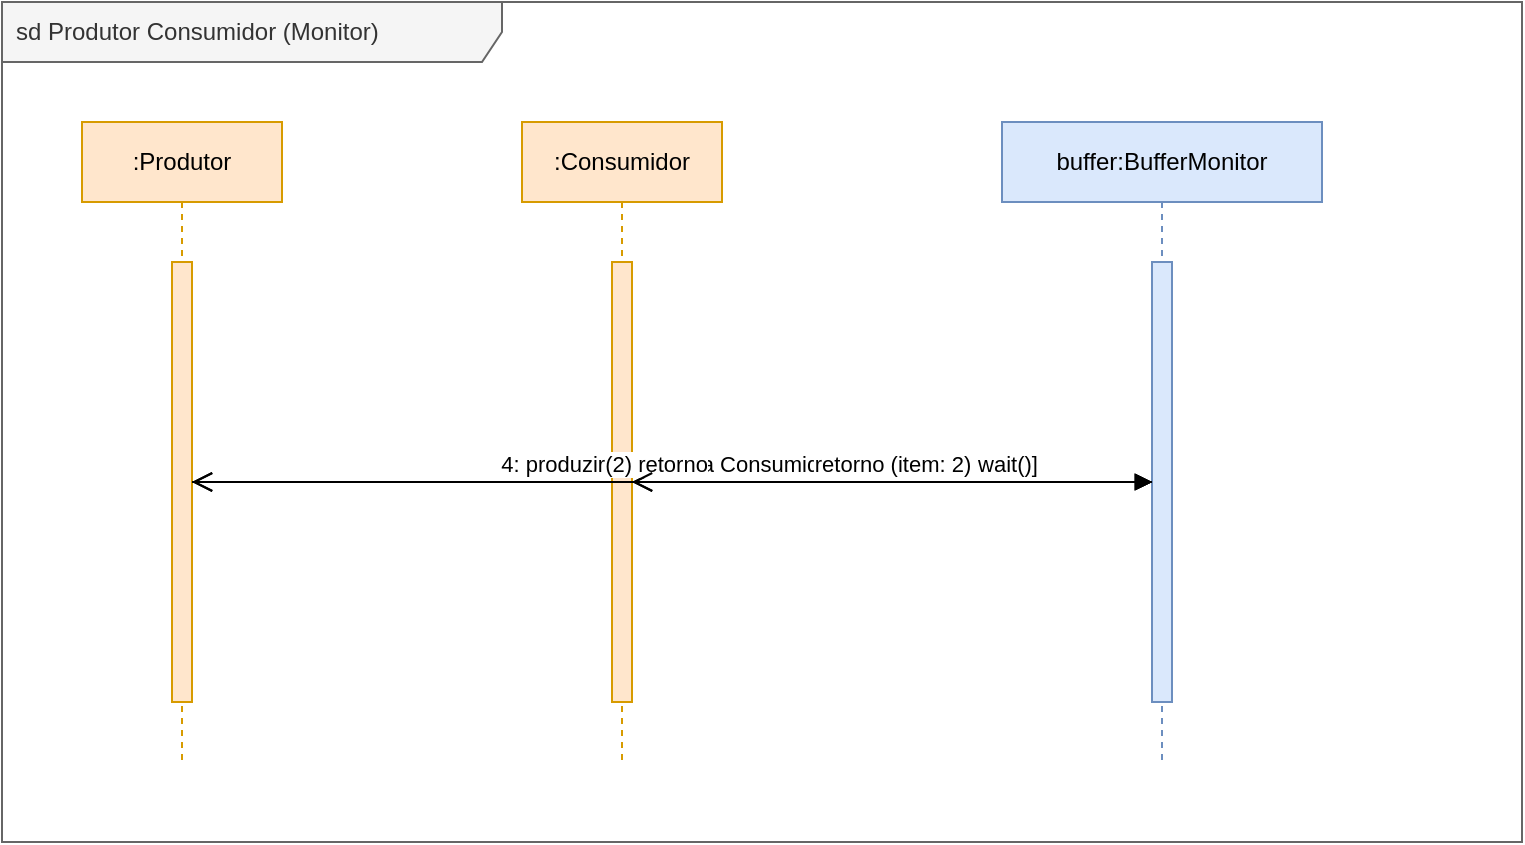
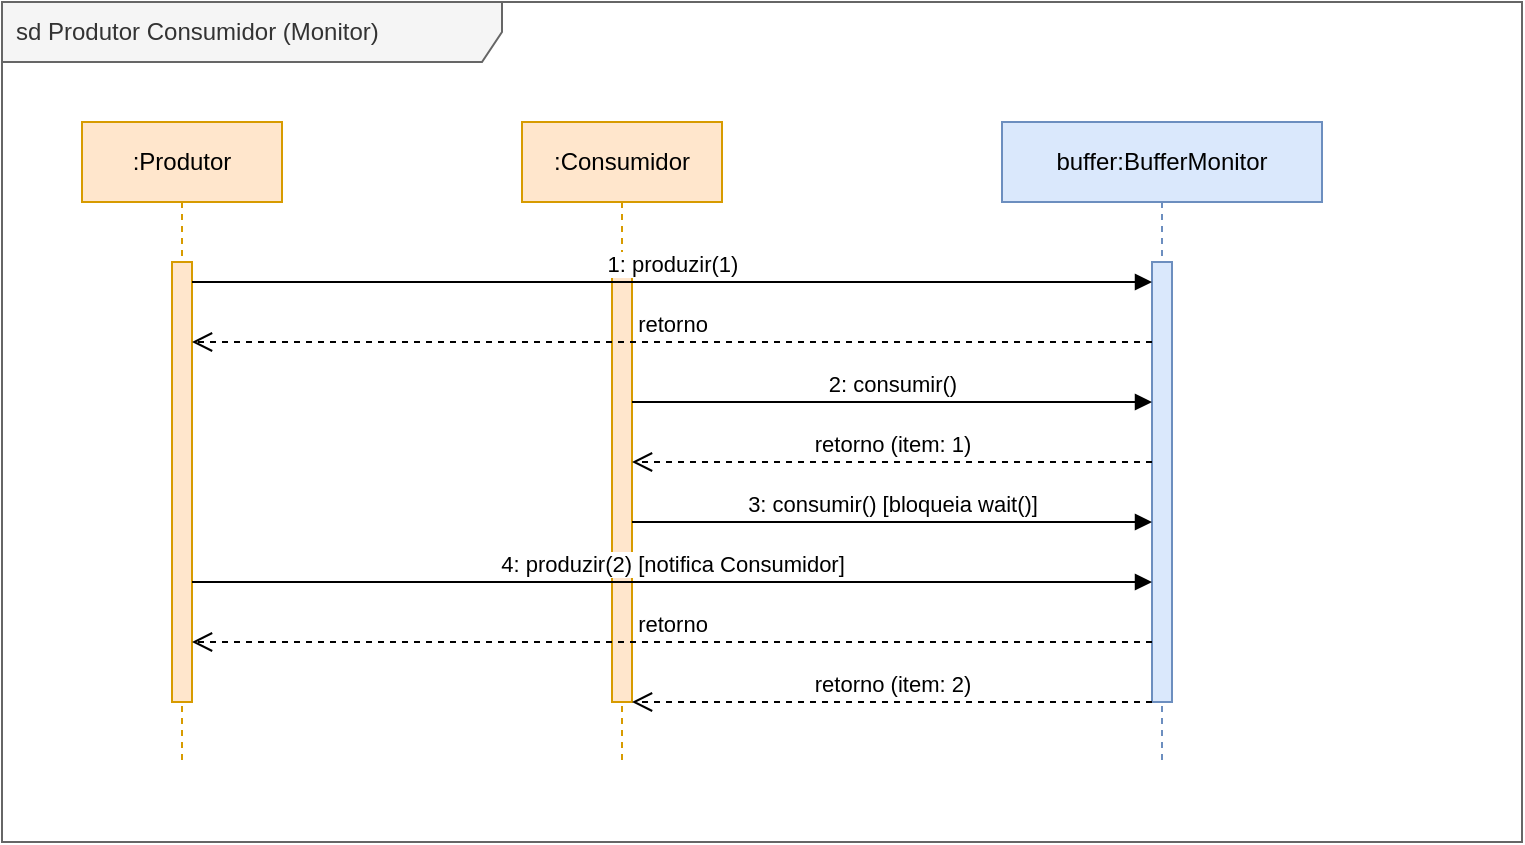
<mxfile host="65bd71144e" pages="1">
    <diagram id="produtor_consumidor_monitor_sequence" name="Sequence Diagram">
-         <mxGraphModel dx="622" dy="611" grid="1" gridSize="10" guides="1" tooltips="1" connect="1" arrows="1" fold="1" page="1" pageScale="1" pageWidth="1019" pageHeight="1320" math="0" shadow="0">
+         <mxGraphModel dx="942" dy="387" grid="1" gridSize="10" guides="1" tooltips="1" connect="1" arrows="1" fold="1" page="1" pageScale="1" pageWidth="1019" pageHeight="1320" math="0" shadow="0">
            <root>
                <mxCell id="0"/>
                <mxCell id="1" parent="0"/>
                <mxCell id="frame_container" value="sd Produtor Consumidor (Monitor)" style="shape=umlFrame;whiteSpace=wrap;html=1;width=250;height=30;boundedLbl=1;verticalAlign=middle;align=left;spacingLeft=5;fillColor=#f5f5f5;fontColor=#333333;strokeColor=#666666;" parent="1" vertex="1">
                    <mxGeometry x="20" y="20" width="760" height="420" as="geometry"/>
                </mxCell>
                <mxCell id="lifeline_produtor" value=":Produtor" style="shape=umlLifeline;perimeter=lifelinePerimeter;whiteSpace=wrap;html=1;container=1;collapsible=0;recursiveResize=0;outlineConnect=0;fillColor=#ffe6cc;strokeColor=#d79b00;" parent="1" vertex="1">
                    <mxGeometry x="60" y="80" width="100" height="320" as="geometry"/>
                </mxCell>
                <mxCell id="act_prod" value="" style="html=1;points=[];perimeter=orthogonalPerimeter;fillColor=#ffe6cc;strokeColor=#d79b00;" parent="lifeline_produtor" vertex="1">
                    <mxGeometry x="45" y="70" width="10" height="220" as="geometry"/>
                </mxCell>
                <mxCell id="lifeline_consumidor" value=":Consumidor" style="shape=umlLifeline;perimeter=lifelinePerimeter;whiteSpace=wrap;html=1;container=1;collapsible=0;recursiveResize=0;outlineConnect=0;fillColor=#ffe6cc;strokeColor=#d79b00;" parent="1" vertex="1">
                    <mxGeometry x="280" y="80" width="100" height="320" as="geometry"/>
                </mxCell>
                <mxCell id="act_cons" value="" style="html=1;points=[];perimeter=orthogonalPerimeter;fillColor=#ffe6cc;strokeColor=#d79b00;" parent="lifeline_consumidor" vertex="1">
                    <mxGeometry x="45" y="70" width="10" height="220" as="geometry"/>
                </mxCell>
                <mxCell id="lifeline_buffer" value="buffer:BufferMonitor" style="shape=umlLifeline;perimeter=lifelinePerimeter;whiteSpace=wrap;html=1;container=1;collapsible=0;recursiveResize=0;outlineConnect=0;fillColor=#dae8fc;strokeColor=#6c8ebf;" parent="1" vertex="1">
                    <mxGeometry x="520" y="80" width="160" height="320" as="geometry"/>
                </mxCell>
                <mxCell id="act_buf" value="" style="html=1;points=[];perimeter=orthogonalPerimeter;fillColor=#dae8fc;strokeColor=#6c8ebf;" parent="lifeline_buffer" vertex="1">
                    <mxGeometry x="75" y="70" width="10" height="220" as="geometry"/>
                </mxCell>
-                 <mxCell id="msg_p_prod" value="1: produzir(1)" style="html=1;verticalAlign=bottom;endArrow=block;rounded=0;" parent="1" source="act_prod" target="act_buf" edge="1">
+                 <mxCell id="msg_p_prod" value="1: produzir(1)" style="html=1;verticalAlign=bottom;endArrow=block;rounded=0;" parent="1" edge="1">
                    <mxGeometry relative="1" as="geometry">
-                         <mxPoint x="115" y="150" as="sourcePoint"/>
-                         <mxPoint x="595" y="150" as="targetPoint"/>
+                         <mxPoint x="115" y="160" as="sourcePoint"/>
+                         <mxPoint x="595" y="160" as="targetPoint"/>
                    </mxGeometry>
                </mxCell>
-                 <mxCell id="msg_p_prod_ret" value="retorno" style="html=1;verticalAlign=bottom;endArrow=open;dashed=1;endSize=8;rounded=0;" parent="1" source="act_buf" target="act_prod" edge="1">
+                 <mxCell id="msg_p_prod_ret" value="retorno" style="html=1;verticalAlign=bottom;endArrow=open;dashed=1;endSize=8;rounded=0;" parent="1" edge="1">
                    <mxGeometry relative="1" as="geometry">
-                         <mxPoint x="595" y="180" as="sourcePoint"/>
-                         <mxPoint x="115" y="180" as="targetPoint"/>
+                         <mxPoint x="595" y="190" as="sourcePoint"/>
+                         <mxPoint x="115" y="190" as="targetPoint"/>
                    </mxGeometry>
                </mxCell>
-                 <mxCell id="msg_c_cons" value="2: consumir()" style="html=1;verticalAlign=bottom;endArrow=block;rounded=0;" parent="1" source="act_cons" target="act_buf" edge="1">
+                 <mxCell id="msg_c_cons" value="2: consumir()" style="html=1;verticalAlign=bottom;endArrow=block;rounded=0;" parent="1" edge="1">
                    <mxGeometry relative="1" as="geometry">
-                         <mxPoint x="335" y="210" as="sourcePoint"/>
-                         <mxPoint x="595" y="210" as="targetPoint"/>
+                         <mxPoint x="335" y="220" as="sourcePoint"/>
+                         <mxPoint x="595" y="220" as="targetPoint"/>
                    </mxGeometry>
                </mxCell>
-                 <mxCell id="msg_c_cons_ret" value="retorno (item: 1)" style="html=1;verticalAlign=bottom;endArrow=open;dashed=1;endSize=8;rounded=0;" parent="1" source="act_buf" target="act_cons" edge="1">
+                 <mxCell id="msg_c_cons_ret" value="retorno (item: 1)" style="html=1;verticalAlign=bottom;endArrow=open;dashed=1;endSize=8;rounded=0;" parent="1" edge="1">
                    <mxGeometry relative="1" as="geometry">
-                         <mxPoint x="595" y="240" as="sourcePoint"/>
-                         <mxPoint x="335" y="240" as="targetPoint"/>
+                         <mxPoint x="595" y="250" as="sourcePoint"/>
+                         <mxPoint x="335" y="250" as="targetPoint"/>
                    </mxGeometry>
                </mxCell>
-                 <mxCell id="msg_c_cons2" value="3: consumir() [bloqueia wait()]" style="html=1;verticalAlign=bottom;endArrow=block;rounded=0;" parent="1" source="act_cons" target="act_buf" edge="1">
+                 <mxCell id="msg_c_cons2" value="3: consumir() [bloqueia wait()]" style="html=1;verticalAlign=bottom;endArrow=block;rounded=0;" parent="1" edge="1">
                    <mxGeometry relative="1" as="geometry">
                        <mxPoint x="335" y="280" as="sourcePoint"/>
                        <mxPoint x="595" y="280" as="targetPoint"/>
                    </mxGeometry>
                </mxCell>
-                 <mxCell id="msg_p_prod2" value="4: produzir(2) [notifica Consumidor]" style="html=1;verticalAlign=bottom;endArrow=block;rounded=0;" parent="1" source="act_prod" target="act_buf" edge="1">
+                 <mxCell id="msg_p_prod2" value="4: produzir(2) [notifica Consumidor]" style="html=1;verticalAlign=bottom;endArrow=block;rounded=0;" parent="1" edge="1">
                    <mxGeometry relative="1" as="geometry">
-                         <mxPoint x="115" y="320" as="sourcePoint"/>
-                         <mxPoint x="595" y="320" as="targetPoint"/>
+                         <mxPoint x="115" y="310" as="sourcePoint"/>
+                         <mxPoint x="595" y="310" as="targetPoint"/>
                    </mxGeometry>
                </mxCell>
-                 <mxCell id="msg_p_prod2_ret" value="retorno" style="html=1;verticalAlign=bottom;endArrow=open;dashed=1;endSize=8;rounded=0;" parent="1" source="act_buf" target="act_prod" edge="1">
+                 <mxCell id="msg_p_prod2_ret" value="retorno" style="html=1;verticalAlign=bottom;endArrow=open;dashed=1;endSize=8;rounded=0;" parent="1" edge="1">
                    <mxGeometry relative="1" as="geometry">
-                         <mxPoint x="595" y="350" as="sourcePoint"/>
-                         <mxPoint x="115" y="350" as="targetPoint"/>
+                         <mxPoint x="595" y="340" as="sourcePoint"/>
+                         <mxPoint x="115" y="340" as="targetPoint"/>
                    </mxGeometry>
                </mxCell>
-                 <mxCell id="msg_c_cons2_ret" value="retorno (item: 2)" style="html=1;verticalAlign=bottom;endArrow=open;dashed=1;endSize=8;rounded=0;" parent="1" source="act_buf" target="act_cons" edge="1">
+                 <mxCell id="msg_c_cons2_ret" value="retorno (item: 2)" style="html=1;verticalAlign=bottom;endArrow=open;dashed=1;endSize=8;rounded=0;" parent="1" edge="1">
                    <mxGeometry relative="1" as="geometry">
                        <mxPoint x="595" y="370" as="sourcePoint"/>
                        <mxPoint x="335" y="370" as="targetPoint"/>
                    </mxGeometry>
                </mxCell>
            </root>
        </mxGraphModel>
    </diagram>
</mxfile>